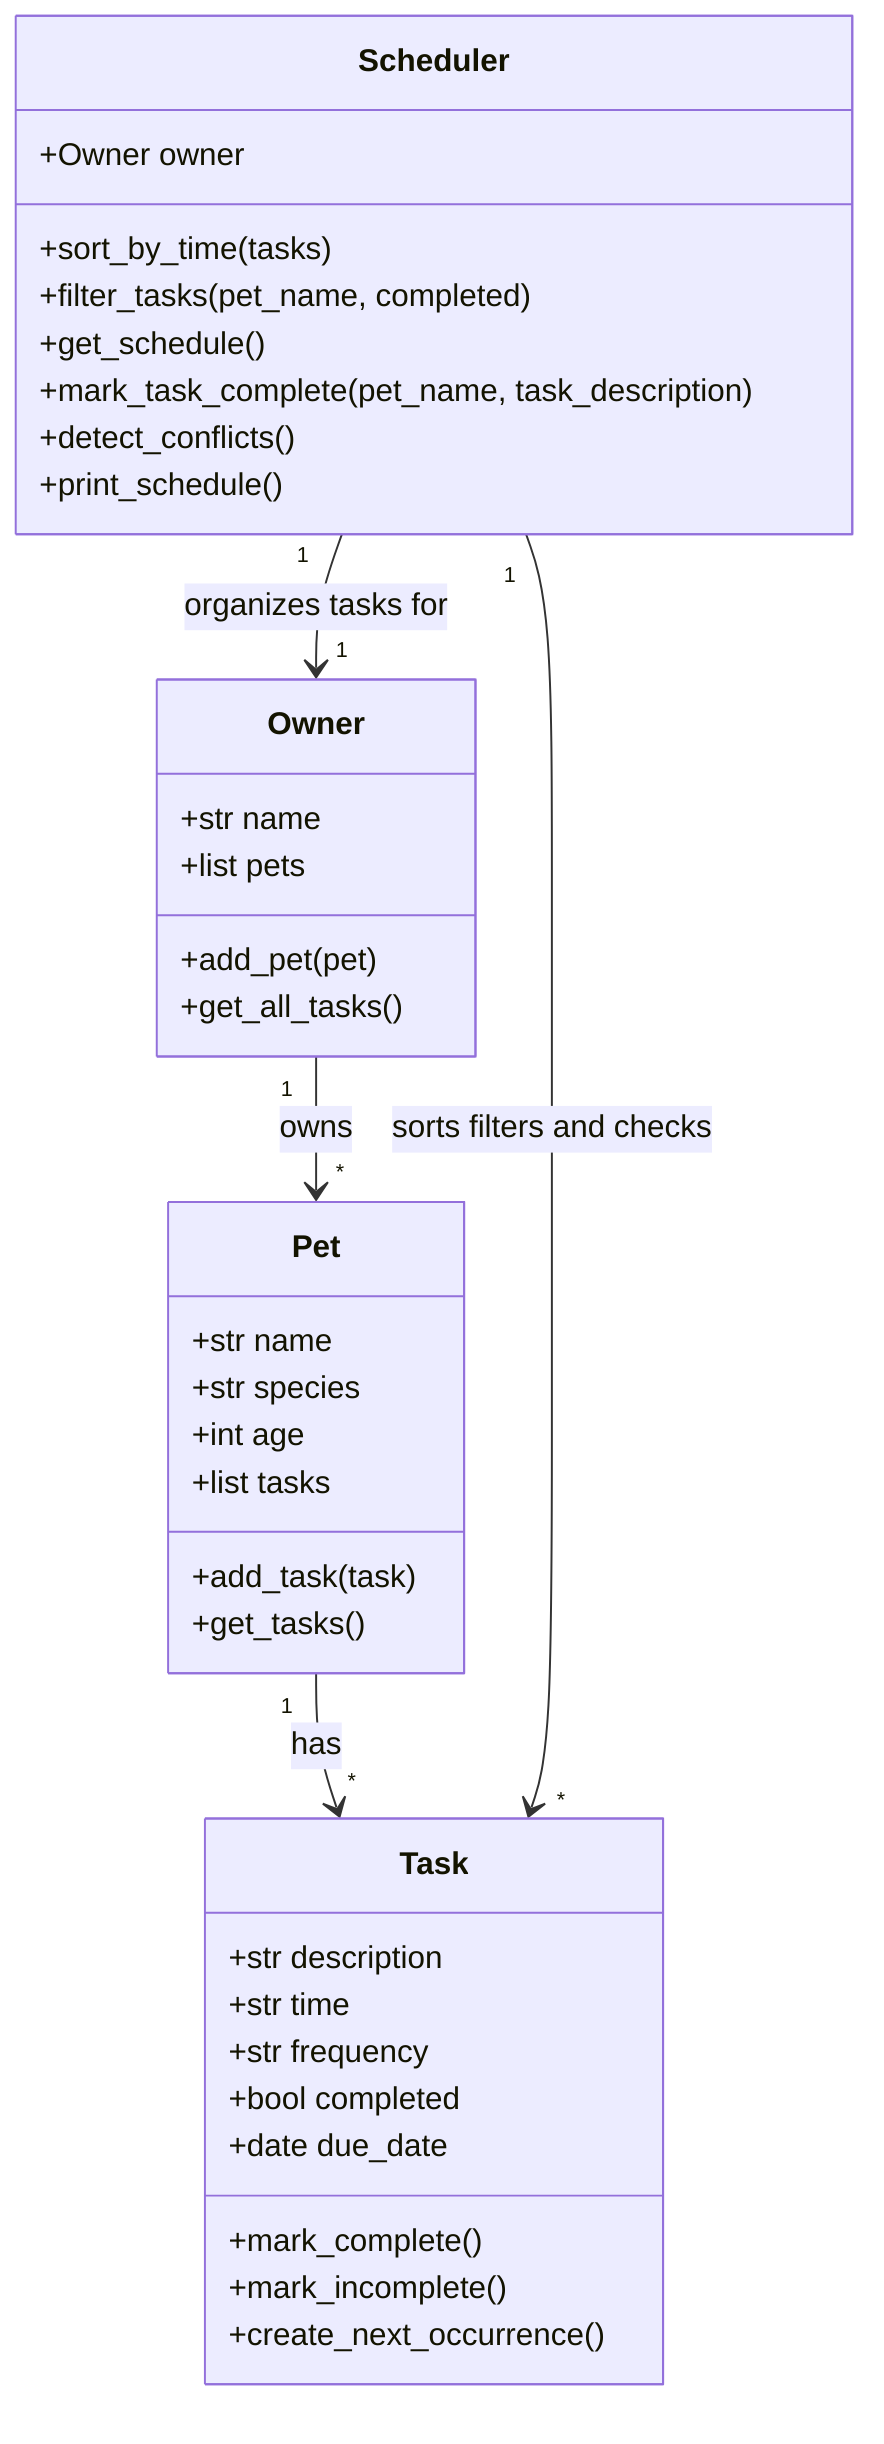
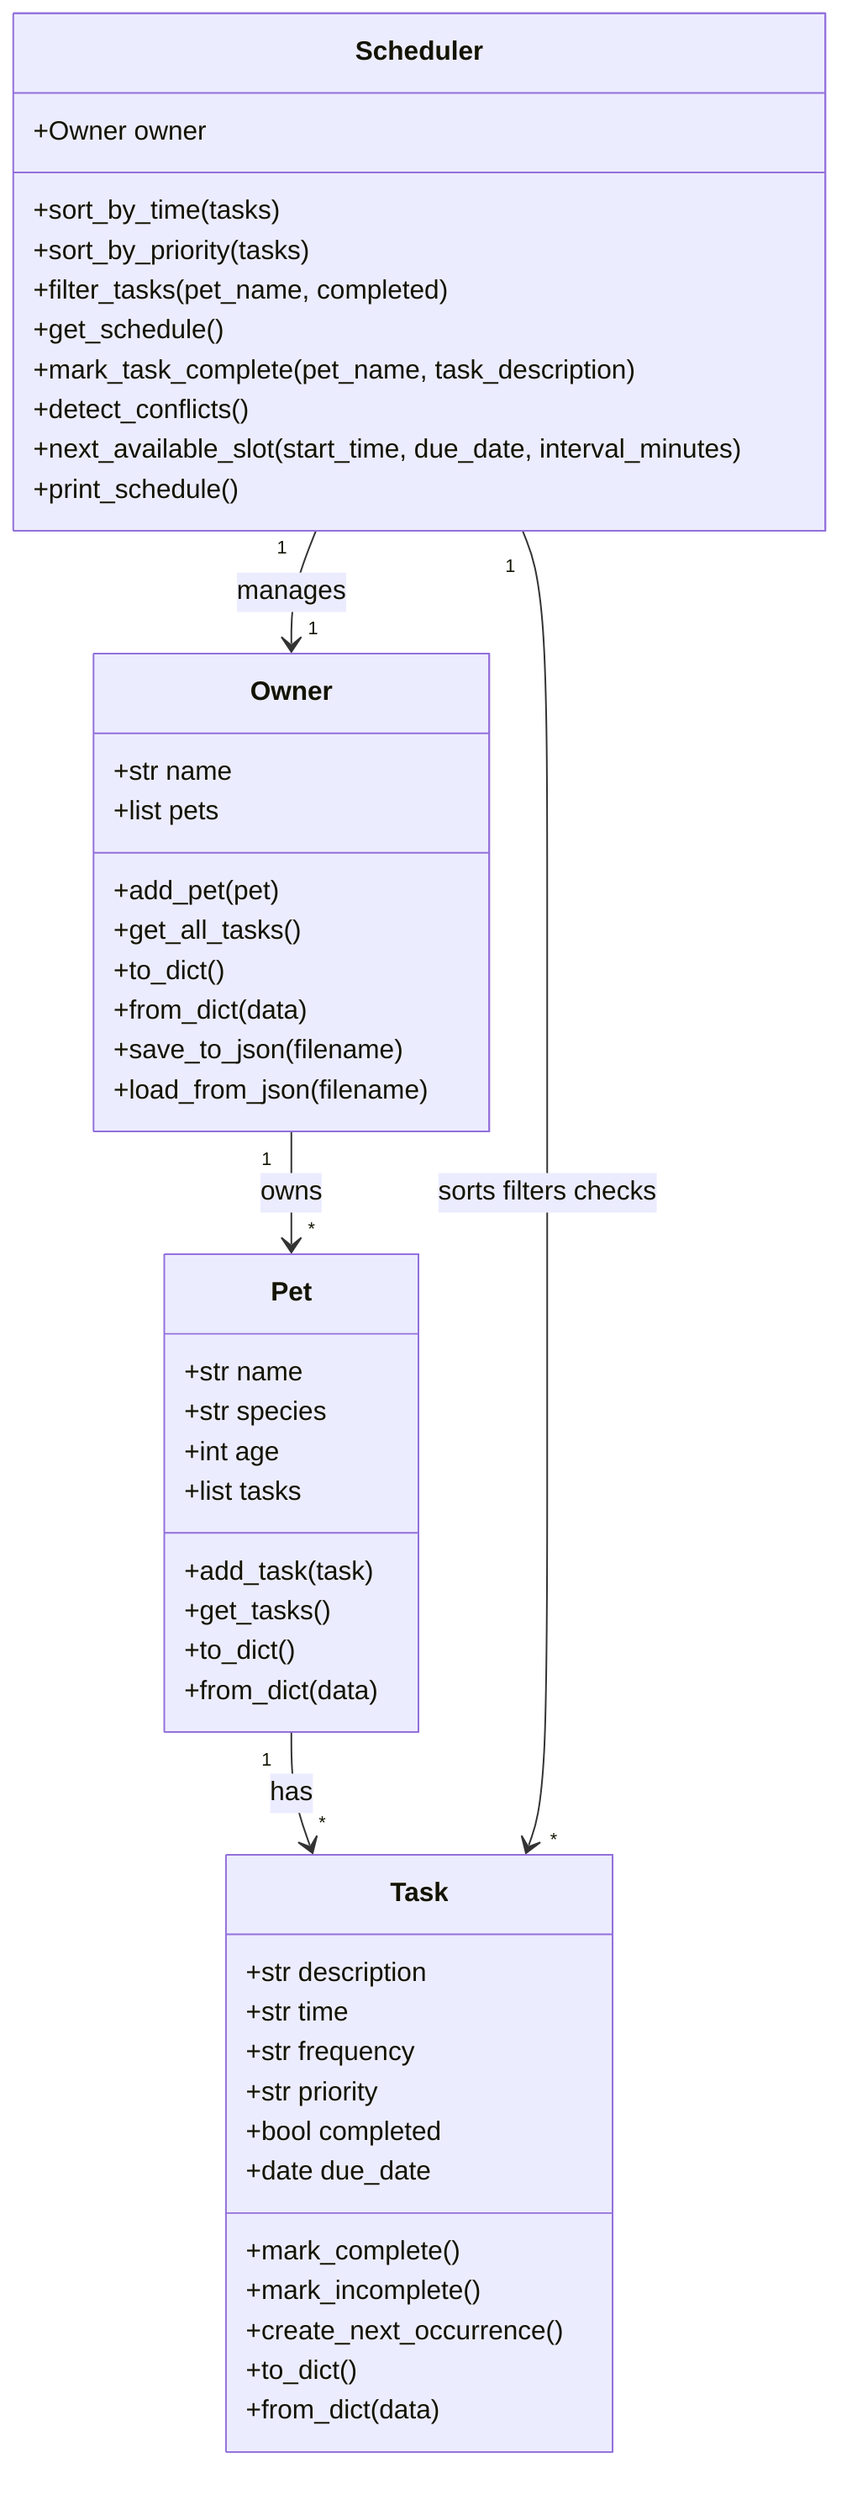
classDiagram
    class Task {
        +str description
        +str time
        +str frequency
+         +str priority
        +bool completed
        +date due_date
        +mark_complete()
        +mark_incomplete()
        +create_next_occurrence()
+         +to_dict()
+         +from_dict(data)
    }

    class Pet {
        +str name
        +str species
        +int age
        +list tasks
        +add_task(task)
        +get_tasks()
+         +to_dict()
+         +from_dict(data)
    }

    class Owner {
        +str name
        +list pets
        +add_pet(pet)
        +get_all_tasks()
+         +to_dict()
+         +from_dict(data)
+         +save_to_json(filename)
+         +load_from_json(filename)
    }

    class Scheduler {
        +Owner owner
        +sort_by_time(tasks)
+         +sort_by_priority(tasks)
        +filter_tasks(pet_name, completed)
        +get_schedule()
        +mark_task_complete(pet_name, task_description)
        +detect_conflicts()
+         +next_available_slot(start_time, due_date, interval_minutes)
        +print_schedule()
    }

    Owner "1" --> "*" Pet : owns
    Pet "1" --> "*" Task : has
-     Scheduler "1" --> "1" Owner : organizes tasks for
-     Scheduler "1" --> "*" Task : sorts filters and checks+     Scheduler "1" --> "1" Owner : manages
+     Scheduler "1" --> "*" Task : sorts filters checks